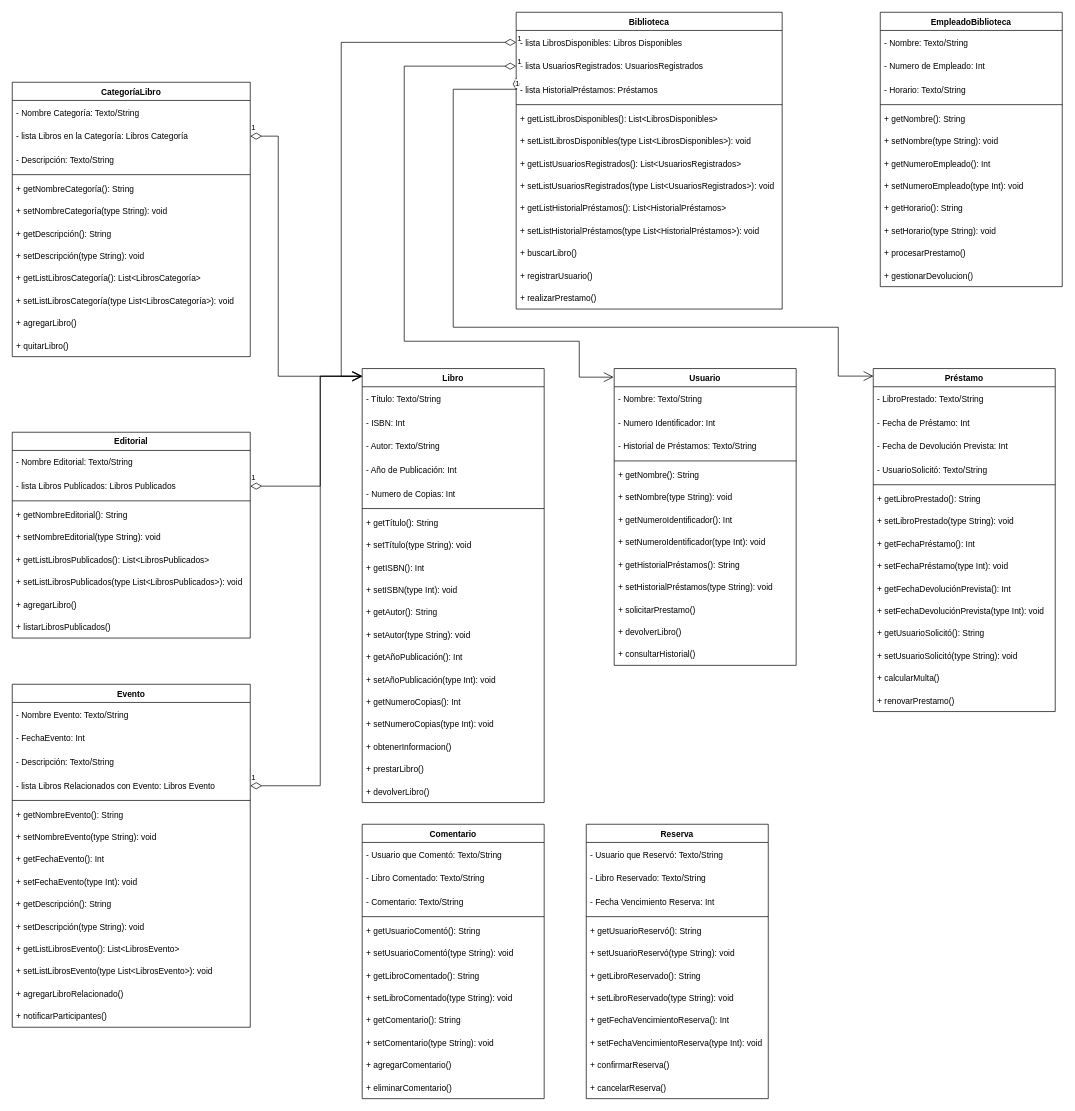
This is Proyecto/Diagramas/ProyectoETS-PRO_DiagramaClases.drawio from PeterMartEsc/ETS, a draw.io file, before an edit. Source tidied: cells renumbered, new cells numbered last; positions are measured from the earlier drawing's top-left corner, leaving out a move shared by most shapes. Both pictures are drawn from the tidied source at 70%, with x=0, y=0 at pixel (12, 12).
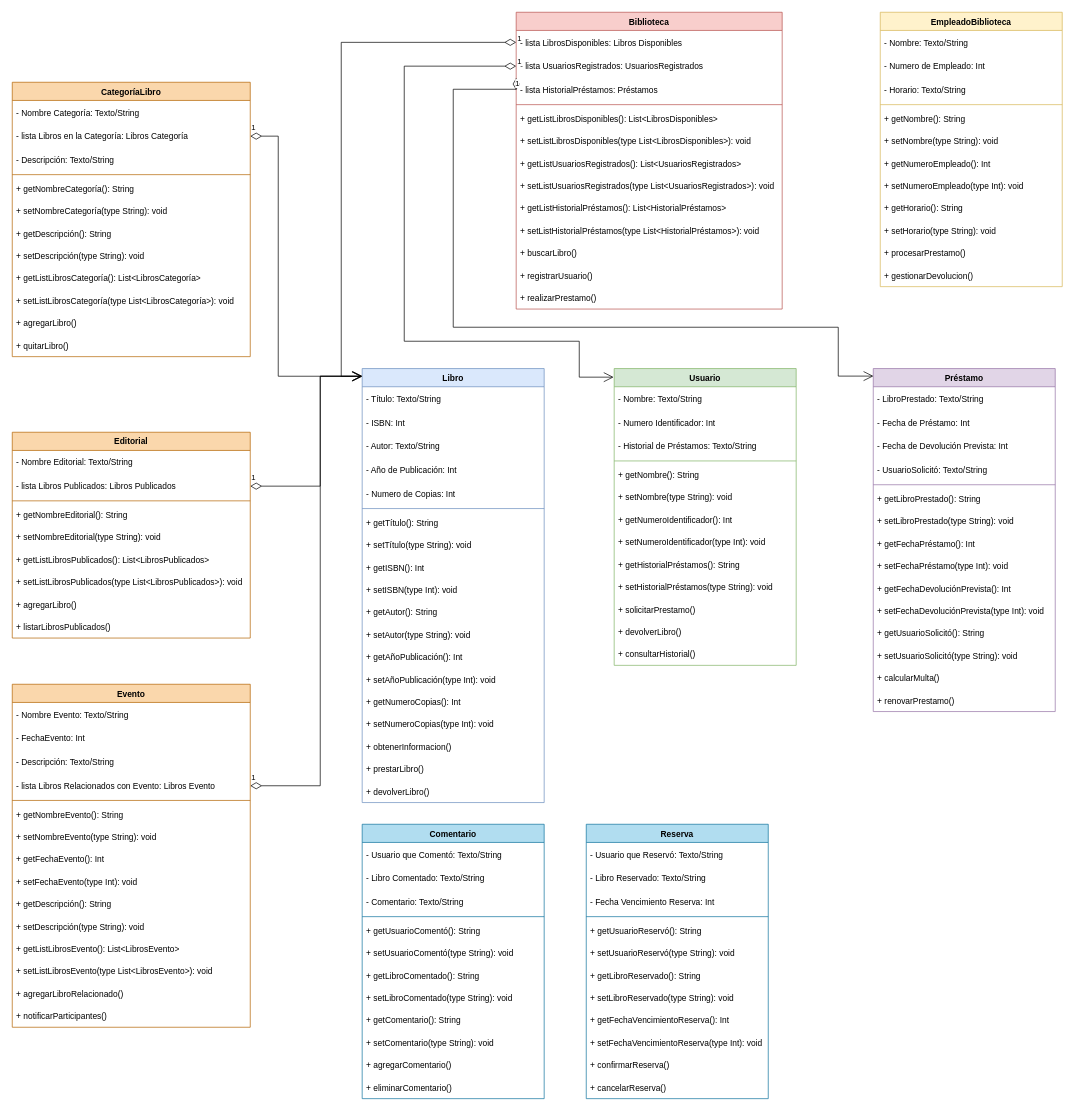
The same page after the edit.

The edit, as a diff of the source:
```diff
@@
-    <mxCell id="2" value="Libro" style="swimlane;align=center;verticalAlign=middle;horizontal=1;startSize=26;" parent="1" vertex="1">
+    <mxCell id="2" value="Libro" style="swimlane;align=center;verticalAlign=middle;horizontal=1;startSize=26;fillColor=#dae8fc;strokeColor=#6c8ebf;" parent="1" vertex="1">
       <mxGeometry x="499.9" y="509" width="260" height="620" as="geometry" />
     </mxCell>
@@
-    <mxCell id="22" value="Usuario" style="swimlane;align=center;verticalAlign=middle;horizontal=1;startSize=26;" parent="1" vertex="1">
+    <mxCell id="22" value="Usuario" style="swimlane;align=center;verticalAlign=middle;horizontal=1;startSize=26;fillColor=#d5e8d4;strokeColor=#82b366;" parent="1" vertex="1">
       <mxGeometry x="859.9" y="509" width="260" height="424" as="geometry" />
     </mxCell>
@@
-    <mxCell id="36" value="Préstamo" style="swimlane;align=center;verticalAlign=middle;horizontal=1;startSize=26;" parent="1" vertex="1">
+    <mxCell id="36" value="Préstamo" style="swimlane;align=center;verticalAlign=middle;horizontal=1;startSize=26;fillColor=#e1d5e7;strokeColor=#9673a6;" parent="1" vertex="1">
       <mxGeometry x="1230" y="509" width="260" height="490" as="geometry" />
     </mxCell>
@@
-    <mxCell id="52" value="Biblioteca" style="swimlane;align=center;verticalAlign=middle;horizontal=1;startSize=26;" parent="1" vertex="1">
+    <mxCell id="52" value="Biblioteca" style="swimlane;align=center;verticalAlign=middle;horizontal=1;startSize=26;fillColor=#f8cecc;strokeColor=#b85450;" parent="1" vertex="1">
       <mxGeometry x="719.9" width="380" height="424" as="geometry" />
     </mxCell>
@@
-    <mxCell id="66" value="EmpleadoBiblioteca" style="swimlane;align=center;verticalAlign=middle;horizontal=1;startSize=26;" parent="1" vertex="1">
+    <mxCell id="66" value="EmpleadoBiblioteca" style="swimlane;align=center;verticalAlign=middle;horizontal=1;startSize=26;fillColor=#fff2cc;strokeColor=#d6b656;" parent="1" vertex="1">
       <mxGeometry x="1240" width="260" height="392" as="geometry" />
     </mxCell>
@@
-    <mxCell id="79" value="CategoríaLibro" style="swimlane;align=center;verticalAlign=middle;horizontal=1;startSize=26;" parent="1" vertex="1">
+    <mxCell id="79" value="CategoríaLibro" style="swimlane;align=center;verticalAlign=middle;horizontal=1;startSize=26;fillColor=#fad7ac;strokeColor=#b46504;" parent="1" vertex="1">
       <mxGeometry y="100" width="340" height="392" as="geometry" />
     </mxCell>
@@
-    <mxCell id="92" value="Reserva" style="swimlane;align=center;verticalAlign=middle;horizontal=1;startSize=26;" parent="1" vertex="1">
+    <mxCell id="92" value="Reserva" style="swimlane;align=center;verticalAlign=middle;horizontal=1;startSize=26;fillColor=#b1ddf0;strokeColor=#10739e;" parent="1" vertex="1">
       <mxGeometry x="820" y="1160" width="260" height="392" as="geometry" />
     </mxCell>
@@
-    <mxCell id="105" value="Editorial" style="swimlane;align=center;verticalAlign=middle;horizontal=1;startSize=26;" parent="1" vertex="1">
+    <mxCell id="105" value="Editorial" style="swimlane;align=center;verticalAlign=middle;horizontal=1;startSize=26;fillColor=#fad7ac;strokeColor=#b46504;" parent="1" vertex="1">
       <mxGeometry y="600" width="340" height="294" as="geometry" />
     </mxCell>
@@
-    <mxCell id="115" value="Evento" style="swimlane;align=center;verticalAlign=middle;horizontal=1;startSize=26;" parent="1" vertex="1">
+    <mxCell id="115" value="Evento" style="swimlane;align=center;verticalAlign=middle;horizontal=1;startSize=26;fillColor=#fad7ac;strokeColor=#b46504;" parent="1" vertex="1">
       <mxGeometry y="960" width="340" height="490" as="geometry" />
     </mxCell>
@@
-    <mxCell id="131" value="Comentario" style="swimlane;align=center;verticalAlign=middle;horizontal=1;startSize=26;" parent="1" vertex="1">
+    <mxCell id="131" value="Comentario" style="swimlane;align=center;verticalAlign=middle;horizontal=1;startSize=26;fillColor=#b1ddf0;strokeColor=#10739e;" parent="1" vertex="1">
       <mxGeometry x="499.9" y="1160" width="260" height="392" as="geometry" />
     </mxCell>
```
